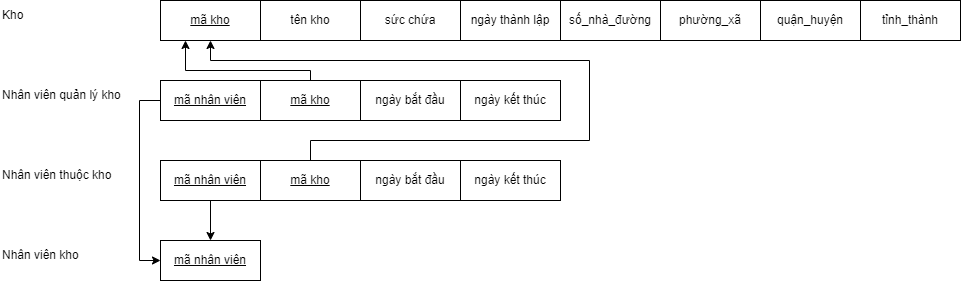
This is img/database/mapping/mapping-kho.png from hienbui-iwrp/DACN_report, a draw.io export, as it was before one commit. Source tidied: cells renumbered, new cells last; positions are measured from the earlier drawing's top-left corner, leaving out a move shared by most shapes.
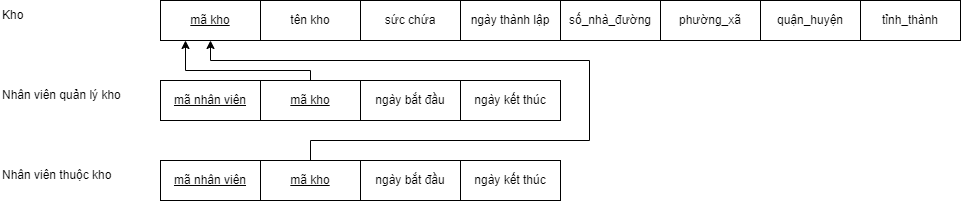
After the commit.

Commit message:
update type mapping

The edit, as a diff of the source:
```diff
@@ -29,14 +29,6 @@
     <mxCell id="10" value="Kho" style="text;html=1;align=left;verticalAlign=middle;strokeColor=none;fillColor=none;" parent="1" vertex="1">
       <mxGeometry width="40" height="30" as="geometry" />
     </mxCell>
-    <mxCell id="11" style="edgeStyle=orthogonalEdgeStyle;rounded=0;jettySize=auto;html=1;entryX=0;entryY=0.5;entryDx=0;entryDy=0;" parent="1" edge="1" source="12" target="25">
-      <mxGeometry relative="1" as="geometry">
-        <Array as="points">
-          <mxPoint x="139" y="100" />
-          <mxPoint x="139" y="260" />
-        </Array>
-      </mxGeometry>
-    </mxCell>
     <mxCell id="12" value="&lt;u&gt;mã nhân viên&lt;/u&gt;" style="rounded=0;whiteSpace=wrap;html=1;" parent="1" vertex="1">
       <mxGeometry x="160" y="80" width="100" height="40" as="geometry" />
     </mxCell>
@@ -54,9 +46,6 @@
     <mxCell id="15" value="&lt;u&gt;mã kho&lt;/u&gt;" style="rounded=0;whiteSpace=wrap;html=1;" parent="1" vertex="1">
       <mxGeometry x="260" y="80" width="100" height="40" as="geometry" />
     </mxCell>
-    <mxCell id="16" style="edgeStyle=orthogonalEdgeStyle;rounded=0;jettySize=auto;html=1;" parent="1" edge="1" source="17" target="25">
-      <mxGeometry relative="1" as="geometry" />
-    </mxCell>
     <mxCell id="17" value="&lt;u&gt;mã nhân viên&lt;/u&gt;" style="rounded=0;whiteSpace=wrap;html=1;" parent="1" vertex="1">
       <mxGeometry x="160" y="160" width="100" height="40" as="geometry" />
     </mxCell>
@@ -88,11 +77,5 @@
     <mxCell id="24" value="ngày kết thúc" style="rounded=0;whiteSpace=wrap;html=1;" parent="1" vertex="1">
       <mxGeometry x="460" y="160" width="100" height="40" as="geometry" />
     </mxCell>
-    <mxCell id="25" value="&lt;u&gt;mã nhân viên&lt;/u&gt;" style="rounded=0;whiteSpace=wrap;html=1;" parent="1" vertex="1">
-      <mxGeometry x="160" y="240" width="100" height="40" as="geometry" />
-    </mxCell>
-    <mxCell id="26" value="Nhân viên kho" style="text;html=1;align=left;verticalAlign=middle;strokeColor=none;fillColor=none;" parent="1" vertex="1">
-      <mxGeometry y="240" width="100" height="30" as="geometry" />
-    </mxCell>
   </root>
 </mxGraphModel>
```
